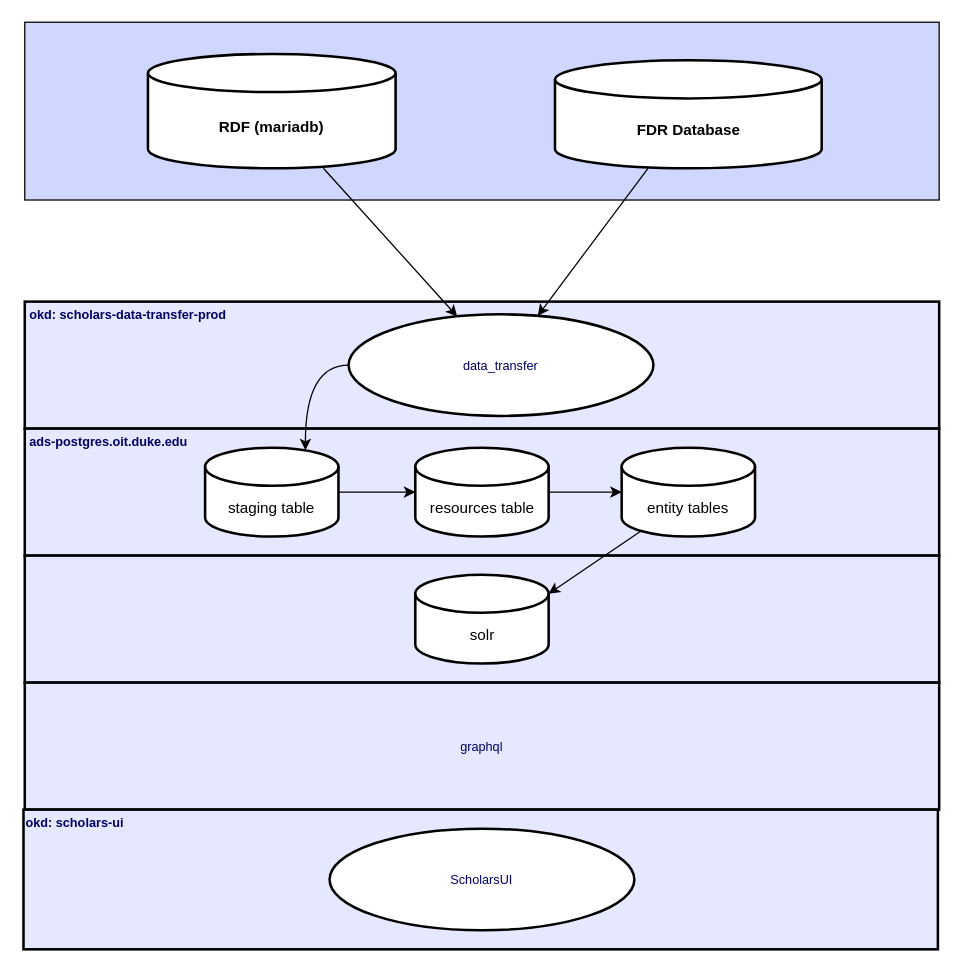
Above: DataFlowDiagram - New - HighLevel.drawio in tibbs001/scholars (draw.io), before the change. Source tidied: cells renumbered, new cells numbered last; positions are measured from the earlier drawing's top-left corner, leaving out a move shared by most shapes. Both pictures are drawn from the tidied source at 127%, with x=0, y=0 at pixel (23, 22).
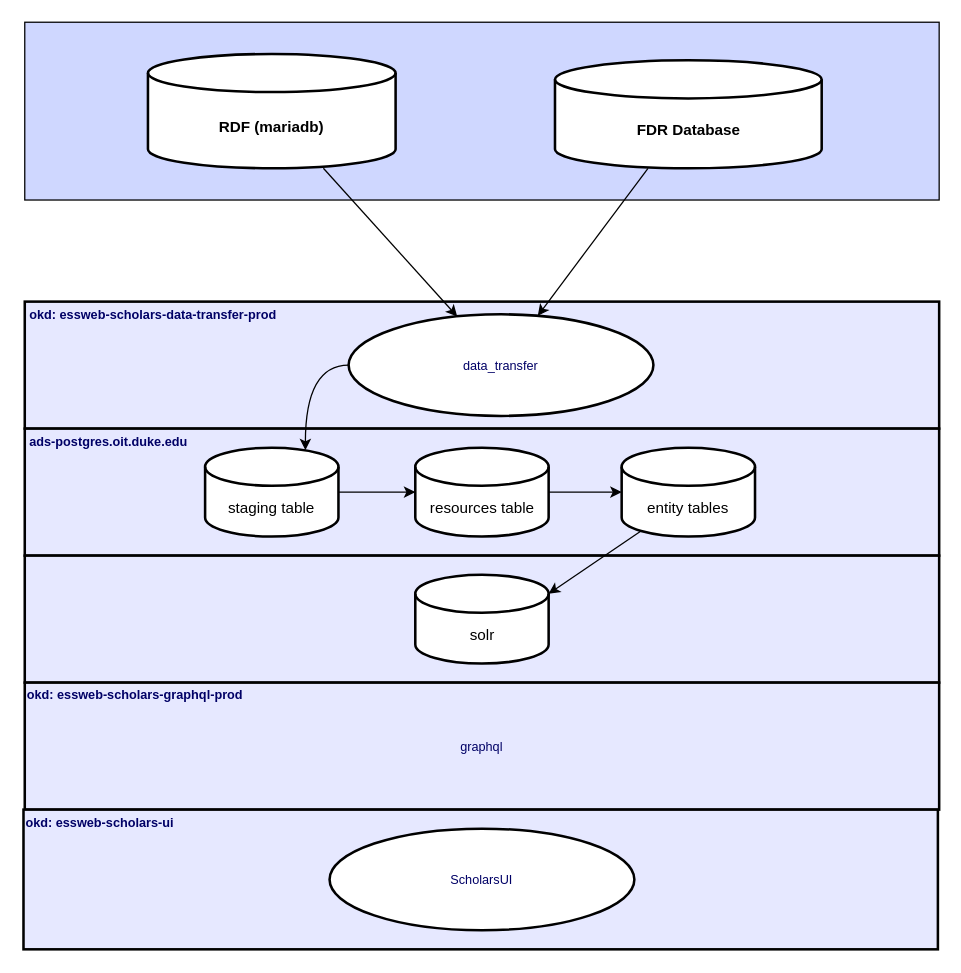
The same diagram, later.

The edit, as a diff of the source:
```diff
@@
-    <mxCell id="10" value="okd: scholars-data-transfer-prod" style="text;html=1;align=left;verticalAlign=middle;strokeColor=none;fillColor=none;fontSize=10;fontStyle=1;fontColor=#000066;" parent="1" vertex="1">
-      <mxGeometry x="3" y="220" width="170" height="20" as="geometry" />
+    <mxCell id="10" value="okd: essweb-scholars-data-transfer-prod" style="text;html=1;align=left;verticalAlign=middle;strokeColor=none;fillColor=none;fontSize=10;fontStyle=1;fontColor=#000066;" parent="1" vertex="1">
+      <mxGeometry x="3" y="220" width="210" height="20" as="geometry" />
     </mxCell>
@@
-    <mxCell id="17" value="okd: scholars-ui" style="text;html=1;align=left;verticalAlign=middle;strokeColor=none;fillColor=none;fontSize=10;fontStyle=1;fontColor=#000066;" parent="1" vertex="1">
-      <mxGeometry y="620" width="90" height="20" as="geometry" />
+    <mxCell id="17" value="okd: essweb-scholars-ui" style="text;html=1;align=left;verticalAlign=middle;strokeColor=none;fillColor=none;fontSize=10;fontStyle=1;fontColor=#000066;" parent="1" vertex="1">
+      <mxGeometry y="620" width="130" height="20" as="geometry" />
     </mxCell>
@@
+    <mxCell id="25" value="okd: essweb-scholars-graphql-prod" style="text;html=1;align=left;verticalAlign=middle;strokeColor=none;fillColor=none;fontSize=10;fontStyle=1;fontColor=#000066;" parent="1" vertex="1">
+      <mxGeometry x="1" y="519" width="190" height="20" as="geometry" />
+    </mxCell>
```
